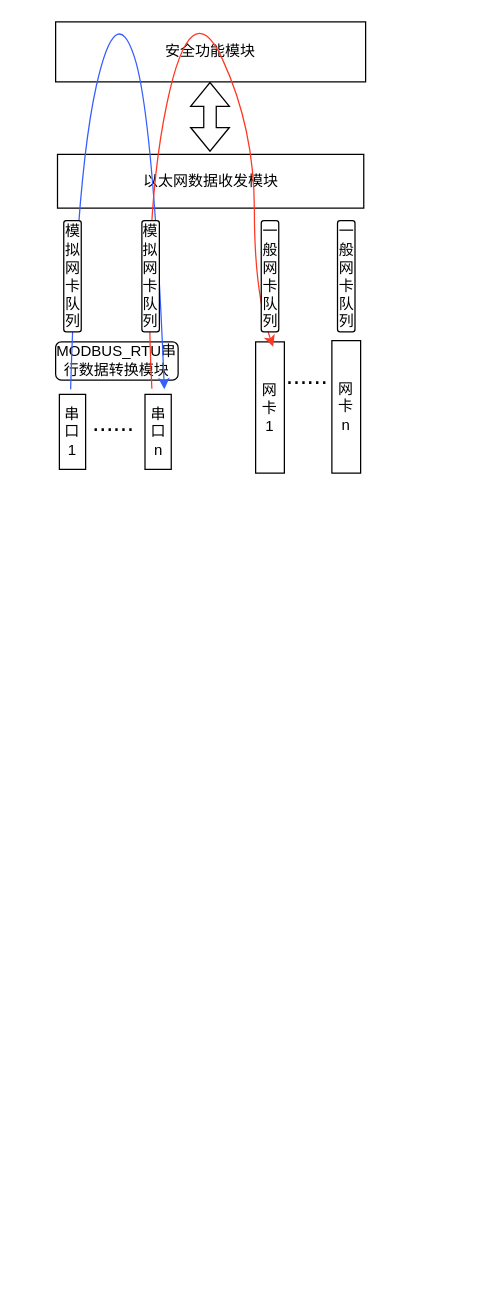
Earlier version of the draw.io diagram uart/MODBUS_RTU.drawio (ktinkone/draw-io-works). Source tidied: cells renumbered, new cells numbered last; positions are measured from the earlier drawing's top-left corner, leaving out a move shared by most shapes. Both pictures are drawn from the tidied source at 125%, with x=0, y=0 at pixel (55, -10).
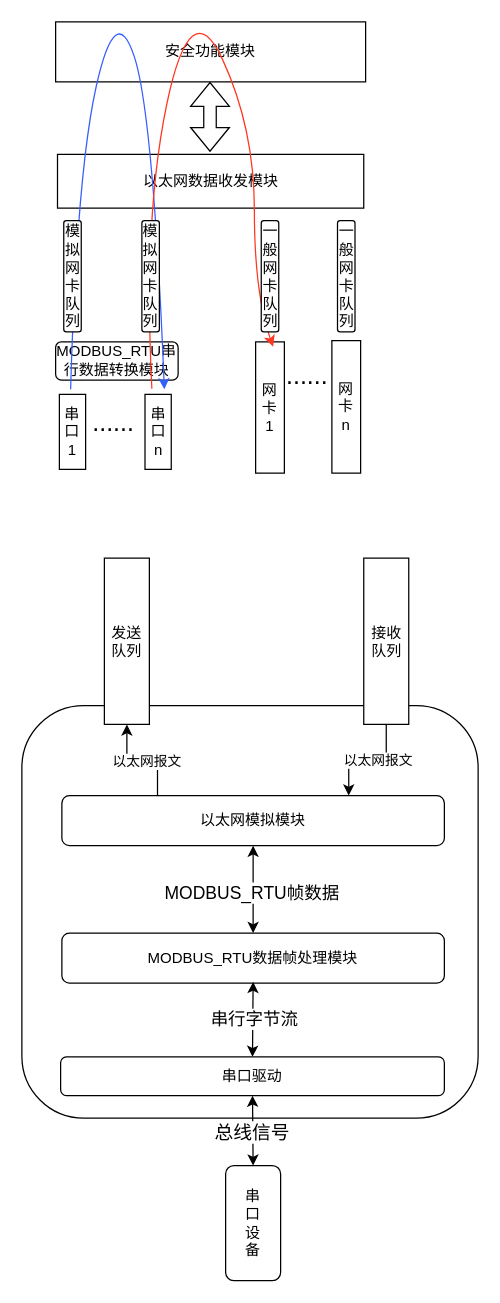
After the change.

What changed in the source:
```diff
@@
+    <mxCell id="18" style="rounded=1;whiteSpace=wrap;html=1;" parent="1" vertex="1">
+      <mxGeometry x="-27" y="572" width="365" height="330" as="geometry" />
+    </mxCell>
+    <mxCell id="19" value="发送队列" style="rounded=0;whiteSpace=wrap;html=1;" parent="1" vertex="1">
+      <mxGeometry x="39" y="454" width="36" height="133" as="geometry" />
+    </mxCell>
+    <mxCell id="20" value="串&lt;br&gt;口&lt;br&gt;设&lt;br&gt;备" style="rounded=1;whiteSpace=wrap;html=1;" parent="1" vertex="1">
+      <mxGeometry x="136" y="940" width="44" height="92" as="geometry" />
+    </mxCell>
+    <mxCell id="21" style="edgeStyle=orthogonalEdgeStyle;rounded=0;jettySize=auto;html=1;exitX=0.5;exitY=1;exitDx=0;exitDy=0;entryX=0.75;entryY=0;entryDx=0;entryDy=0;" parent="1" edge="1" source="23" target="28">
+      <mxGeometry relative="1" as="geometry" />
+    </mxCell>
+    <mxCell id="22" value="以太网报文" style="edgeLabel;html=1;align=center;verticalAlign=middle;" parent="21" vertex="1">
+      <mxGeometry x="-0.17" relative="1" as="geometry" />
+    </mxCell>
+    <mxCell id="23" value="接收队列" style="rounded=0;whiteSpace=wrap;html=1;" parent="1" vertex="1">
+      <mxGeometry x="246.5" y="454" width="36" height="133" as="geometry" />
+    </mxCell>
+    <mxCell id="24" value="串口驱动" style="rounded=1;whiteSpace=wrap;html=1;" parent="1" vertex="1">
+      <mxGeometry x="4" y="853" width="307" height="31" as="geometry" />
+    </mxCell>
+    <mxCell id="25" value="MODBUS_RTU数据帧处理模块" style="rounded=1;whiteSpace=wrap;html=1;" parent="1" vertex="1">
+      <mxGeometry x="5" y="754" width="306" height="40" as="geometry" />
+    </mxCell>
+    <mxCell id="26" style="edgeStyle=orthogonalEdgeStyle;rounded=0;jettySize=auto;html=1;exitX=0.25;exitY=0;exitDx=0;exitDy=0;entryX=0.5;entryY=1;entryDx=0;entryDy=0;" parent="1" edge="1" source="28" target="19">
+      <mxGeometry relative="1" as="geometry" />
+    </mxCell>
+    <mxCell id="27" value="以太网报文" style="edgeLabel;html=1;align=center;verticalAlign=middle;" parent="26" vertex="1">
+      <mxGeometry x="-0.06" y="1" relative="1" as="geometry" />
+    </mxCell>
+    <mxCell id="28" value="以太网模拟模块" style="rounded=1;whiteSpace=wrap;html=1;" parent="1" vertex="1">
+      <mxGeometry x="5" y="644" width="306" height="40" as="geometry" />
+    </mxCell>
+    <mxCell id="29" style="endArrow=classic;startArrow=classic;html=1;rounded=0;entryX=0.5;entryY=1;entryDx=0;entryDy=0;exitX=0.5;exitY=0;exitDx=0;exitDy=0;" parent="1" edge="1" source="25" target="28">
+      <mxGeometry relative="1" as="geometry" />
+    </mxCell>
+    <mxCell id="30" value="&lt;font style=&quot;font-size: 14px;&quot;&gt;MODBUS_RTU帧数据&lt;/font&gt;" style="edgeLabel;html=1;align=center;verticalAlign=middle;" parent="29" vertex="1">
+      <mxGeometry x="-0.05" y="2" relative="1" as="geometry" />
+    </mxCell>
+    <mxCell id="31" style="endArrow=classic;startArrow=classic;html=1;rounded=0;exitX=0.5;exitY=0;exitDx=0;exitDy=0;" parent="1" edge="1" source="24">
+      <mxGeometry relative="1" as="geometry">
+        <mxPoint x="158" y="793" as="targetPoint" />
+      </mxGeometry>
+    </mxCell>
+    <mxCell id="32" value="串行字节流" style="edgeLabel;html=1;align=center;verticalAlign=middle;fontSize=14;" parent="31" vertex="1">
+      <mxGeometry x="0.03" y="-1" relative="1" as="geometry" />
+    </mxCell>
+    <mxCell id="33" style="endArrow=classic;startArrow=classic;html=1;rounded=0;entryX=0.5;entryY=1;entryDx=0;entryDy=0;exitX=0.5;exitY=0;exitDx=0;exitDy=0;" parent="1" edge="1" source="20" target="24">
+      <mxGeometry relative="1" as="geometry" />
+    </mxCell>
+    <mxCell id="34" value="总线信号" style="edgeLabel;html=1;align=center;verticalAlign=middle;fontSize=15;" parent="33" vertex="1">
+      <mxGeometry x="-0.01" y="1" relative="1" as="geometry" />
+    </mxCell>
```
